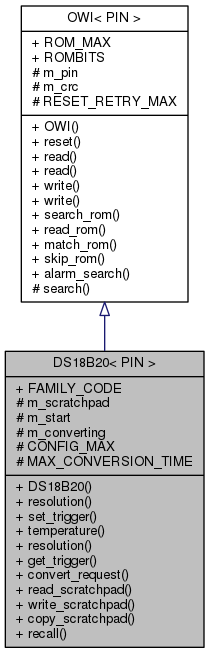
Before: Arduino-OWI/d8/d99/classDS18B20__inherit__graph.png, a diagram exported from Graphviz (mikaelpatel/mikaelpatel.github.io). Its source is kept beside it as Arduino-OWI/d8/d99/classDS18B20__inherit__graph.dot. Its diagram source:
```dot
digraph "DS18B20&lt; PIN &gt;"
{
  edge [fontname="Helvetica",fontsize="10",labelfontname="Helvetica",labelfontsize="10"];
  node [fontname="Helvetica",fontsize="10",shape=record];
  Node1 [label="{DS18B20\< PIN \>\n|+ FAMILY_CODE\l# m_scratchpad\l# m_start\l# m_converting\l# CONFIG_MAX\l# MAX_CONVERSION_TIME\l|+ DS18B20()\l+ resolution()\l+ set_trigger()\l+ temperature()\l+ resolution()\l+ get_trigger()\l+ convert_request()\l+ read_scratchpad()\l+ write_scratchpad()\l+ copy_scratchpad()\l+ recall()\l}",height=0.2,width=0.4,color="black", fillcolor="grey75", style="filled", fontcolor="black"];
  Node2 -> Node1 [dir="back",color="midnightblue",fontsize="10",style="solid",arrowtail="onormal",fontname="Helvetica"];
  Node2 [label="{OWI\< PIN \>\n|+ ROM_MAX\l+ ROMBITS\l# m_pin\l# m_crc\l# RESET_RETRY_MAX\l|+ OWI()\l+ reset()\l+ read()\l+ read()\l+ write()\l+ write()\l+ search_rom()\l+ read_rom()\l+ match_rom()\l+ skip_rom()\l+ alarm_search()\l# search()\l}",height=0.2,width=0.4,color="black", fillcolor="white", style="filled",URL="$d7/d90/classOWI.html"];
}
```
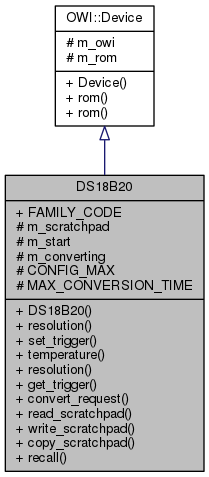
Later version of the same file.

Diff of the diagram source:
```diff
@@ -1,8 +1,8 @@
-digraph "DS18B20&lt; PIN &gt;"
+digraph "DS18B20"
 {
   edge [fontname="Helvetica",fontsize="10",labelfontname="Helvetica",labelfontsize="10"];
   node [fontname="Helvetica",fontsize="10",shape=record];
-  Node1 [label="{DS18B20\< PIN \>\n|+ FAMILY_CODE\l# m_scratchpad\l# m_start\l# m_converting\l# CONFIG_MAX\l# MAX_CONVERSION_TIME\l|+ DS18B20()\l+ resolution()\l+ set_trigger()\l+ temperature()\l+ resolution()\l+ get_trigger()\l+ convert_request()\l+ read_scratchpad()\l+ write_scratchpad()\l+ copy_scratchpad()\l+ recall()\l}",height=0.2,width=0.4,color="black", fillcolor="grey75", style="filled", fontcolor="black"];
+  Node1 [label="{DS18B20\n|+ FAMILY_CODE\l# m_scratchpad\l# m_start\l# m_converting\l# CONFIG_MAX\l# MAX_CONVERSION_TIME\l|+ DS18B20()\l+ resolution()\l+ set_trigger()\l+ temperature()\l+ resolution()\l+ get_trigger()\l+ convert_request()\l+ read_scratchpad()\l+ write_scratchpad()\l+ copy_scratchpad()\l+ recall()\l}",height=0.2,width=0.4,color="black", fillcolor="grey75", style="filled", fontcolor="black"];
   Node2 -> Node1 [dir="back",color="midnightblue",fontsize="10",style="solid",arrowtail="onormal",fontname="Helvetica"];
-  Node2 [label="{OWI\< PIN \>\n|+ ROM_MAX\l+ ROMBITS\l# m_pin\l# m_crc\l# RESET_RETRY_MAX\l|+ OWI()\l+ reset()\l+ read()\l+ read()\l+ write()\l+ write()\l+ search_rom()\l+ read_rom()\l+ match_rom()\l+ skip_rom()\l+ alarm_search()\l# search()\l}",height=0.2,width=0.4,color="black", fillcolor="white", style="filled",URL="$d7/d90/classOWI.html"];
+  Node2 [label="{OWI::Device\n|# m_owi\l# m_rom\l|+ Device()\l+ rom()\l+ rom()\l}",height=0.2,width=0.4,color="black", fillcolor="white", style="filled",URL="$d0/d7f/classOWI_1_1Device.html"];
 }
```
